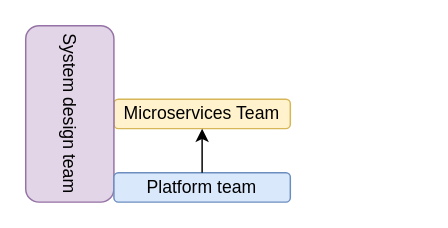
Before: team-intergration-model.drawio in beatrice94/microservices-up-and-running, a draw.io diagram. Source tidied: cells renumbered, new cells numbered last; positions are measured from the earlier drawing's top-left corner, leaving out a move shared by most shapes. Both pictures are drawn from the tidied source at 147%, with x=0, y=0 at pixel (-19, 69).
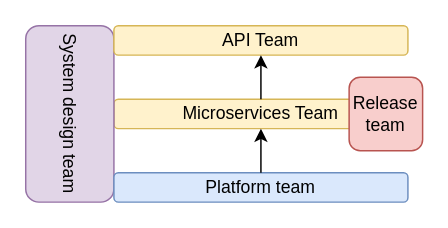
Above is the later version.

The edit, as a diff of the source:
```diff
@@
 <mxGraphModel>
   <root>
     <mxCell id="0" />
     <mxCell id="1" parent="0" />
     <mxCell id="2" value="Microservices Team" style="rounded=1;whiteSpace=wrap;html=1;fillColor=#fff2cc;strokeColor=#d6b656;" parent="1" vertex="1">
-      <mxGeometry x="90" y="20" width="120" height="20" as="geometry" />
+      <mxGeometry x="90" y="20" width="200" height="20" as="geometry" />
     </mxCell>
     <mxCell id="3" value="System design team" style="rounded=1;whiteSpace=wrap;html=1;rotation=90;fillColor=#e1d5e7;strokeColor=#9673a6;" parent="1" vertex="1">
       <mxGeometry width="120" height="60" as="geometry" />
     </mxCell>
     <mxCell id="4" value="Platform team" style="rounded=1;whiteSpace=wrap;html=1;fillColor=#dae8fc;strokeColor=#6c8ebf;" parent="1" vertex="1">
-      <mxGeometry x="90" y="70" width="120" height="20" as="geometry" />
+      <mxGeometry x="90" y="70" width="200" height="20" as="geometry" />
     </mxCell>
     <mxCell id="5" style="endArrow=classic;html=1;rounded=0;exitX=0.5;exitY=0;exitDx=0;exitDy=0;entryX=0.5;entryY=1;entryDx=0;entryDy=0;" parent="1" edge="1" source="4" target="2">
       <mxGeometry relative="1" as="geometry" />
     </mxCell>
+    <mxCell id="6" value="Release team" style="rounded=1;whiteSpace=wrap;html=1;fillColor=#f8cecc;strokeColor=#b85450;" parent="1" vertex="1">
+      <mxGeometry x="250" y="5" width="50" height="50" as="geometry" />
+    </mxCell>
+    <mxCell id="7" value="API Team" style="rounded=1;whiteSpace=wrap;html=1;fillColor=#fff2cc;strokeColor=#d6b656;" parent="1" vertex="1">
+      <mxGeometry x="90" y="-30" width="200" height="20" as="geometry" />
+    </mxCell>
+    <mxCell id="8" style="endArrow=classic;html=1;rounded=0;exitX=0.5;exitY=0;exitDx=0;exitDy=0;exitPerimeter=0;" parent="1" edge="1" source="2">
+      <mxGeometry relative="1" as="geometry">
+        <mxPoint x="190" y="-10" as="targetPoint" />
+      </mxGeometry>
+    </mxCell>
   </root>
 </mxGraphModel>
```
